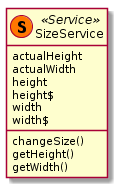
Before: out/doc/classes/SizeService.png, a diagram exported from PlantUML (clm2609/VirtualDJ). Its diagram source:
```plantuml
@startuml SizeService
class "SizeService" as sizeServ <<(S,#FF7700) Service>>{
    actualHeight
    actualWidth
    height
    height$
    width
    width$
    changeSize()
    getHeight()
    getWidth()
}
@enduml
```
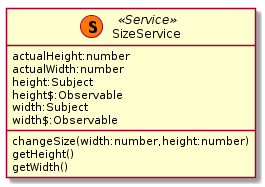
Above is the later version.

What changed in the source:
```diff
@@ -1,12 +1,12 @@
 @startuml SizeService
 class "SizeService" as sizeServ <<(S,#FF7700) Service>>{
-    actualHeight
-    actualWidth
-    height
-    height$
-    width
-    width$
-    changeSize()
+    actualHeight:number
+    actualWidth:number
+    height:Subject
+    height$:Observable
+    width:Subject
+    width$:Observable
+    changeSize(width:number,height:number)
     getHeight()
     getWidth()
 }
```
